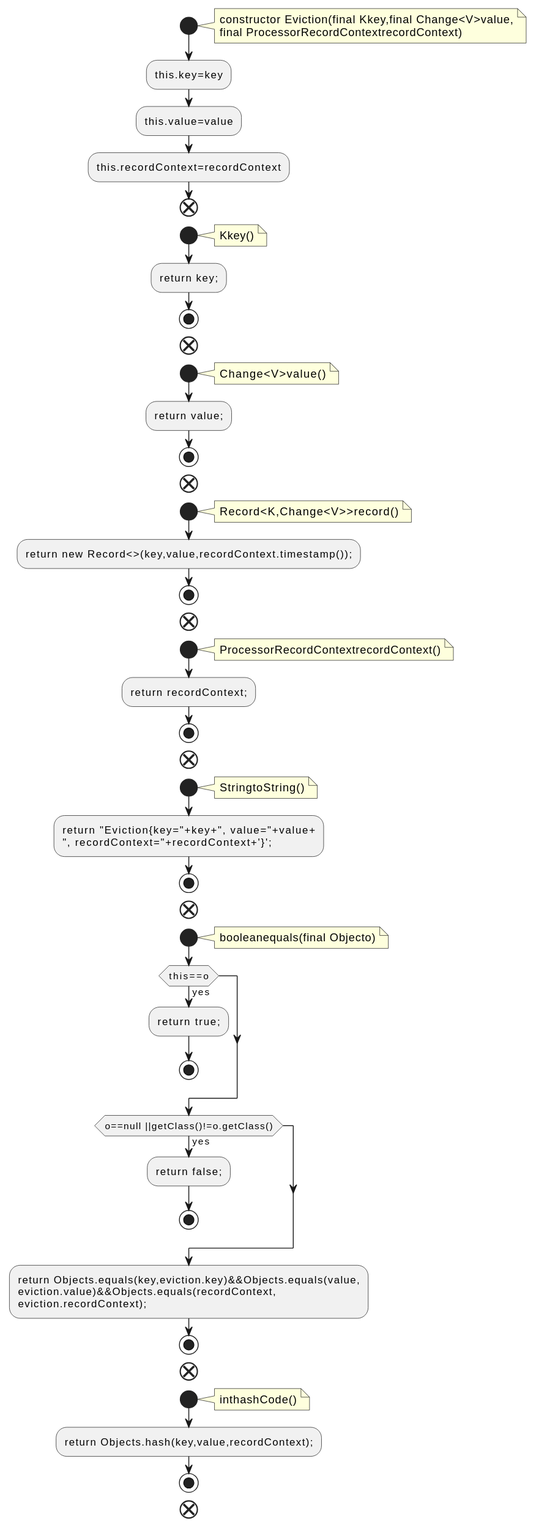
Earlier version of the PlantUML export docs/qc/streams/src/main/java/org/apache/kafka/streams/state/internals/TimeOrderedKeyValueBuffer.java.fct.svg (qualitesys/kafka).
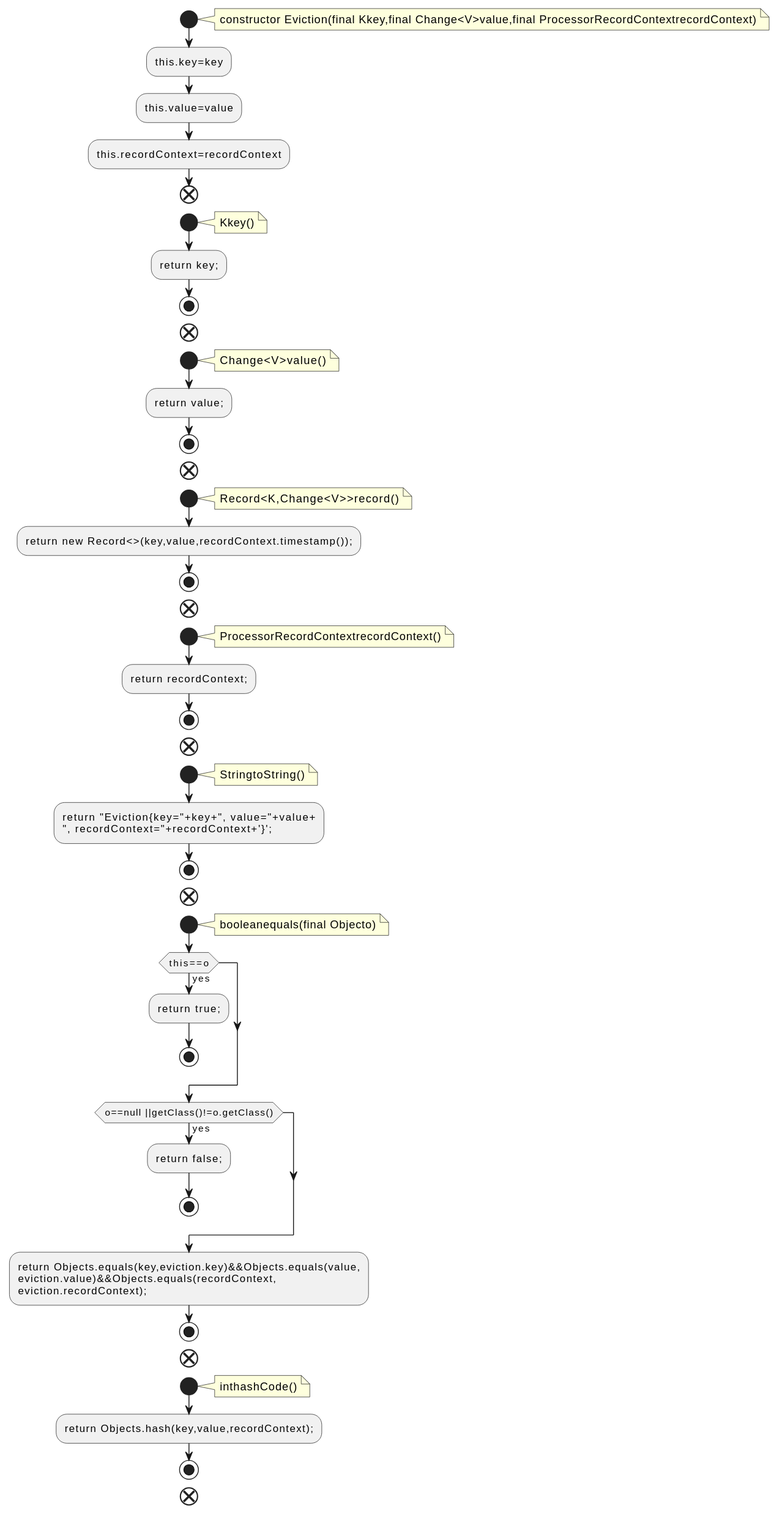
The same diagram one commit later.

The edit, as a diff of the source:
```diff
@@ -2,8 +2,7 @@
 !pragma layout smetana
 start
 note right
-constructor Eviction(final Kkey,final Change<V>value,
-final ProcessorRecordContextrecordContext)
+constructor Eviction(final Kkey,final Change<V>value,final ProcessorRecordContextrecordContext)
 end note
 :this.key=key;
 :this.value=value;
```
